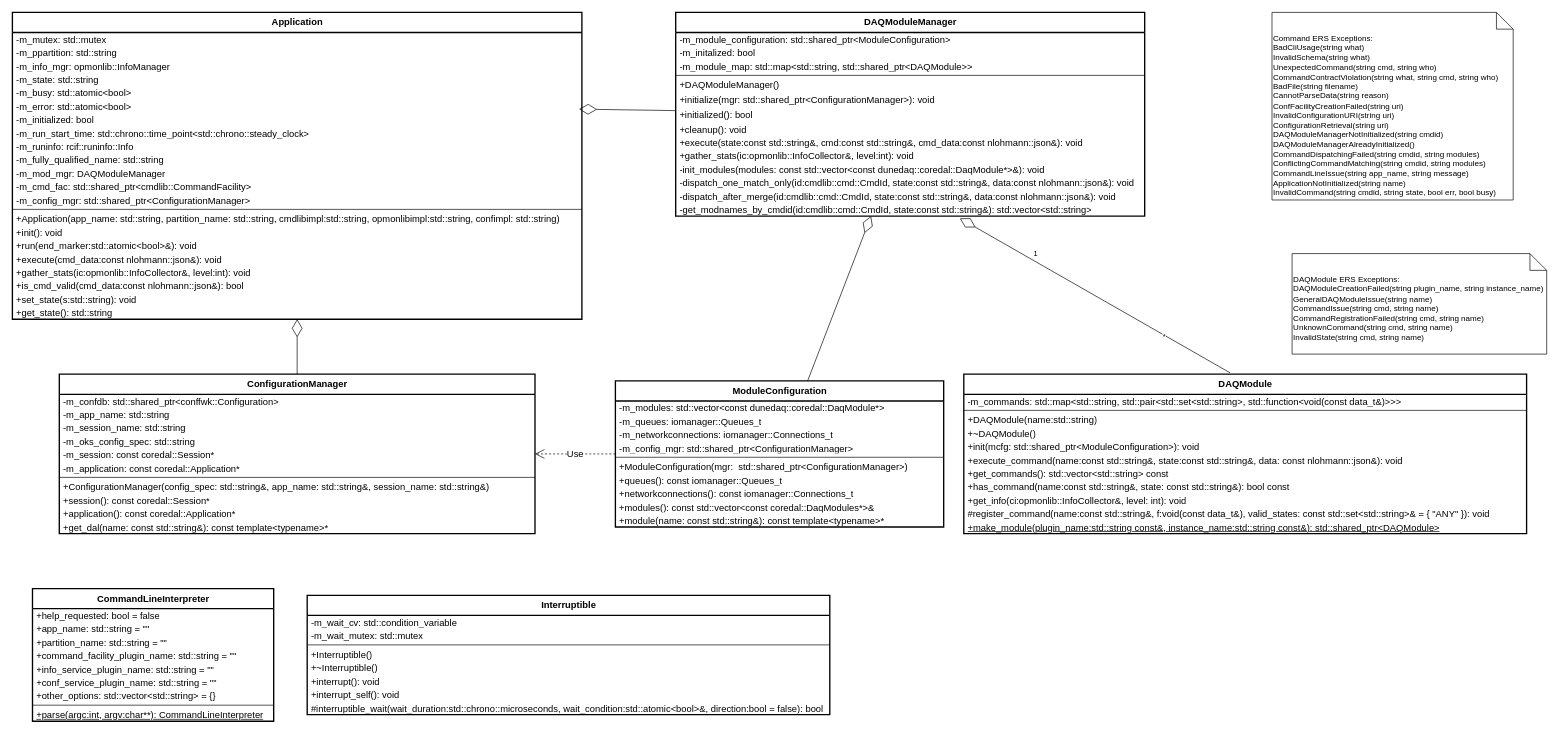
Before: page "OKS Config with ConfigurationHandler" (1 of 3) of docs/appfwk.drawio in DUNE-DAQ/appfwk, a draw.io diagram. Source tidied: cells renumbered, new cells numbered last; positions are measured from the earlier drawing's top-left corner, leaving out a move shared by most shapes. Both pictures are drawn from the tidied source at 67%, with x=0, y=0 at pixel (12, 12).
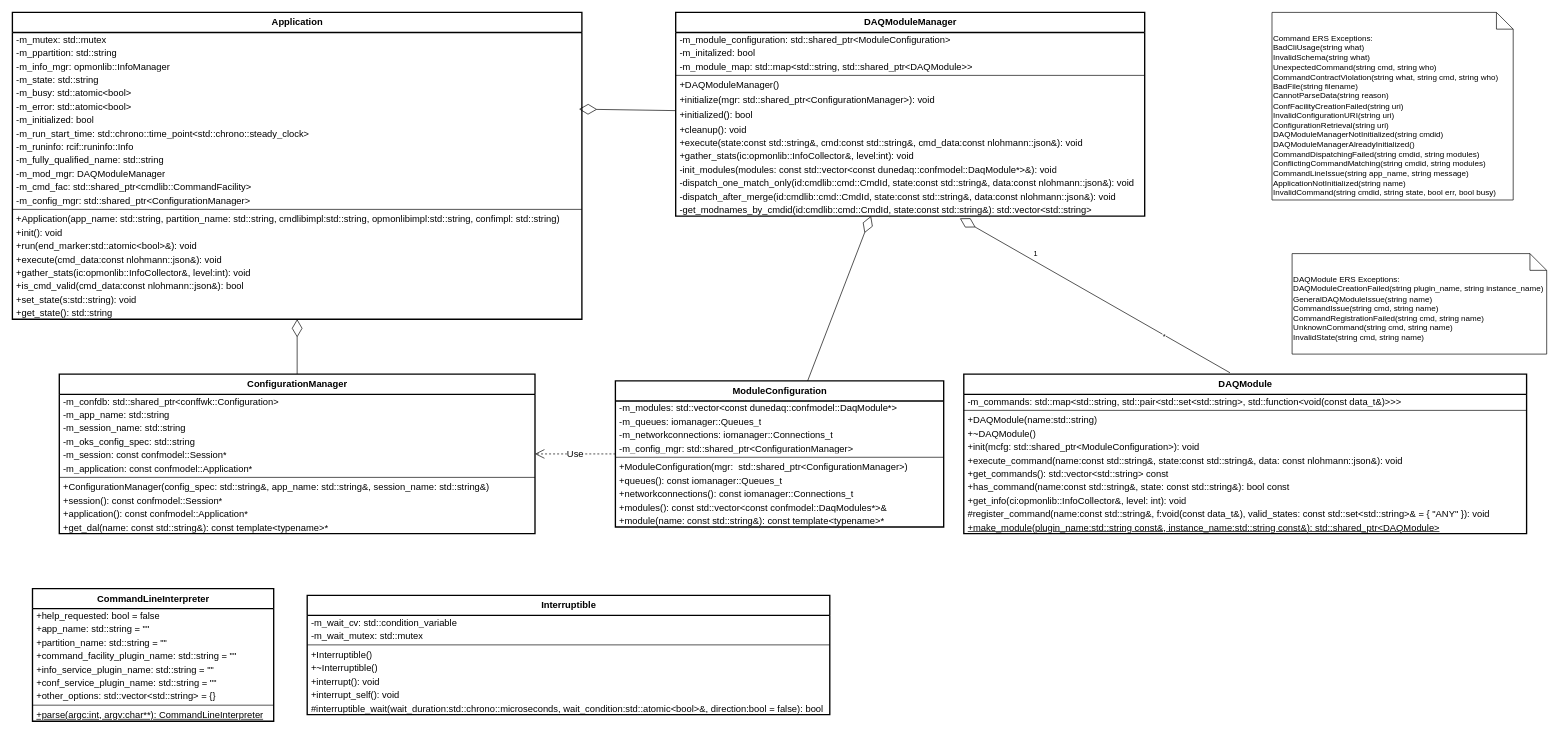
After the change.

Unchanged cells that the change refers to:
```xml
<mxCell id="25" value="&lt;b&gt;DAQModuleManager&lt;br&gt;&lt;/b&gt;" style="swimlane;fontStyle=0;align=center;verticalAlign=top;horizontal=1;startSize=30;html=1;fontFamily=Helvetica;fontSize=14;strokeWidth=2;fillColor=default;" parent="1" vertex="1">
  <mxGeometry x="990" width="700" height="304" as="geometry" />
</mxCell>
<mxCell id="80" value="&lt;b&gt;ConfigurationManager&lt;br&gt;&lt;/b&gt;" style="swimlane;fontStyle=0;align=center;verticalAlign=top;horizontal=1;startSize=30;html=1;fontFamily=Helvetica;fontSize=14;strokeWidth=2;fillColor=default;" parent="1" vertex="1">
  <mxGeometry x="70" y="540" width="710" height="238" as="geometry" />
</mxCell>
<mxCell id="92" value="&lt;b&gt;ModuleConfiguration&lt;br&gt;&lt;/b&gt;" style="swimlane;fontStyle=0;align=center;verticalAlign=top;horizontal=1;startSize=30;html=1;fontFamily=Helvetica;fontSize=14;strokeWidth=2;fillColor=default;" parent="1" vertex="1">
  <mxGeometry x="900" y="550" width="490" height="218" as="geometry" />
</mxCell>
```

Diff of the diagram source:
```diff
@@
-    <mxCell id="36" value="-init_modules(modules: const std::vector&amp;lt;const dunedaq::coredal::DaqModule*&amp;gt;&amp;amp;): void" style="text;html=1;strokeColor=none;fillColor=none;align=left;verticalAlign=middle;spacingLeft=4;spacingRight=4;overflow=hidden;fontFamily=Helvetica;fontSize=14;" parent="25" vertex="1">
+    <mxCell id="36" value="-init_modules(modules: const std::vector&amp;lt;const dunedaq::confmodel::DaqModule*&amp;gt;&amp;amp;): void" style="text;html=1;strokeColor=none;fillColor=none;align=left;verticalAlign=middle;spacingLeft=4;spacingRight=4;overflow=hidden;fontFamily=Helvetica;fontSize=14;" parent="25" vertex="1">
       <mxGeometry y="224" width="700" height="20" as="geometry" />
     </mxCell>
@@
-    <mxCell id="85" value="-m_session: const coredal::Session*" style="text;html=1;strokeColor=none;fillColor=none;align=left;verticalAlign=middle;spacingLeft=4;spacingRight=4;overflow=hidden;fontFamily=Helvetica;fontSize=14;" parent="80" vertex="1">
+    <mxCell id="85" value="-m_session: const confmodel::Session*" style="text;html=1;strokeColor=none;fillColor=none;align=left;verticalAlign=middle;spacingLeft=4;spacingRight=4;overflow=hidden;fontFamily=Helvetica;fontSize=14;" parent="80" vertex="1">
       <mxGeometry y="110" width="710" height="20" as="geometry" />
     </mxCell>
-    <mxCell id="86" value="-m_application: const coredal::Application*" style="text;html=1;strokeColor=none;fillColor=none;align=left;verticalAlign=middle;spacingLeft=4;spacingRight=4;overflow=hidden;fontFamily=Helvetica;fontSize=14;" parent="80" vertex="1">
+    <mxCell id="86" value="-m_application: const confmodel::Application*" style="text;html=1;strokeColor=none;fillColor=none;align=left;verticalAlign=middle;spacingLeft=4;spacingRight=4;overflow=hidden;fontFamily=Helvetica;fontSize=14;" parent="80" vertex="1">
       <mxGeometry y="130" width="710" height="20" as="geometry" />
     </mxCell>
@@
-    <mxCell id="89" value="+session(): const coredal::Session*" style="text;html=1;strokeColor=none;fillColor=none;align=left;verticalAlign=middle;spacingLeft=4;spacingRight=4;overflow=hidden;fontFamily=Helvetica;fontSize=14;" parent="80" vertex="1">
+    <mxCell id="89" value="+session(): const confmodel::Session*" style="text;html=1;strokeColor=none;fillColor=none;align=left;verticalAlign=middle;spacingLeft=4;spacingRight=4;overflow=hidden;fontFamily=Helvetica;fontSize=14;" parent="80" vertex="1">
       <mxGeometry y="178" width="710" height="20" as="geometry" />
     </mxCell>
-    <mxCell id="90" value="+application(): const coredal::Application*" style="text;html=1;strokeColor=none;fillColor=none;align=left;verticalAlign=middle;spacingLeft=4;spacingRight=4;overflow=hidden;fontFamily=Helvetica;fontSize=14;" parent="80" vertex="1">
+    <mxCell id="90" value="+application(): const confmodel::Application*" style="text;html=1;strokeColor=none;fillColor=none;align=left;verticalAlign=middle;spacingLeft=4;spacingRight=4;overflow=hidden;fontFamily=Helvetica;fontSize=14;" parent="80" vertex="1">
       <mxGeometry y="198" width="710" height="20" as="geometry" />
     </mxCell>
@@
-    <mxCell id="93" value="-m_modules: std::vector&amp;lt;const dunedaq::coredal::DaqModule*&amp;gt;" style="text;html=1;strokeColor=none;fillColor=none;align=left;verticalAlign=middle;spacingLeft=4;spacingRight=4;overflow=hidden;fontFamily=Helvetica;fontSize=14;" parent="92" vertex="1">
+    <mxCell id="93" value="-m_modules: std::vector&amp;lt;const dunedaq::confmodel::DaqModule*&amp;gt;" style="text;html=1;strokeColor=none;fillColor=none;align=left;verticalAlign=middle;spacingLeft=4;spacingRight=4;overflow=hidden;fontFamily=Helvetica;fontSize=14;" parent="92" vertex="1">
       <mxGeometry y="30" width="490" height="20" as="geometry" />
     </mxCell>
@@
-    <mxCell id="101" value="+modules(): const std::vector&amp;lt;const coredal::DaqModules*&amp;gt;&amp;amp;" style="text;html=1;strokeColor=none;fillColor=none;align=left;verticalAlign=middle;spacingLeft=4;spacingRight=4;overflow=hidden;fontFamily=Helvetica;fontSize=14;" parent="92" vertex="1">
+    <mxCell id="101" value="+modules(): const std::vector&amp;lt;const confmodel::DaqModules*&amp;gt;&amp;amp;" style="text;html=1;strokeColor=none;fillColor=none;align=left;verticalAlign=middle;spacingLeft=4;spacingRight=4;overflow=hidden;fontFamily=Helvetica;fontSize=14;" parent="92" vertex="1">
       <mxGeometry y="178" width="490" height="20" as="geometry" />
     </mxCell>
```
